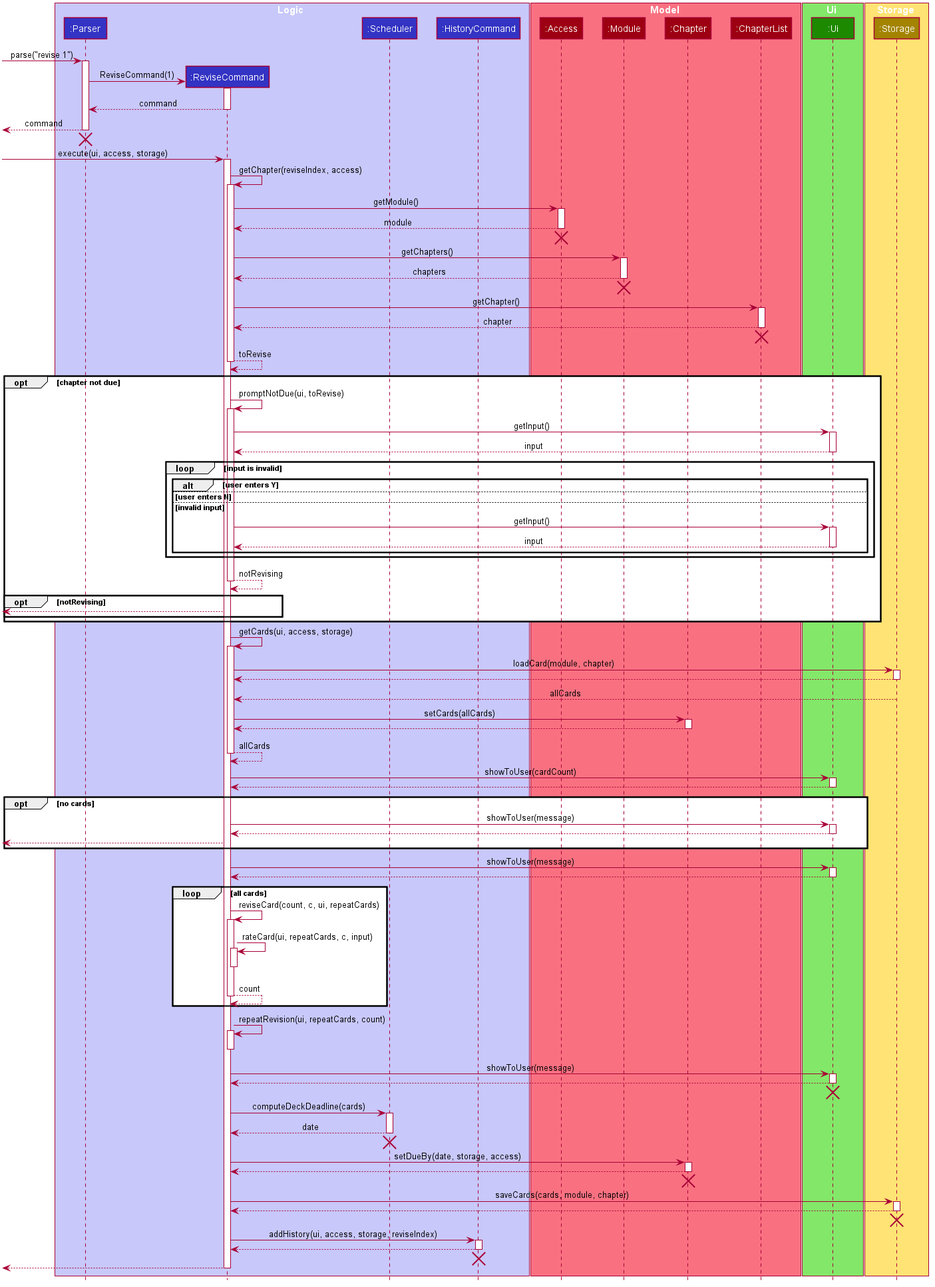
The PlantUML diagram docs/DG_Images/revise_seq_diagram.png in nus-cs2113-AY2021S1/tp, before a commit.
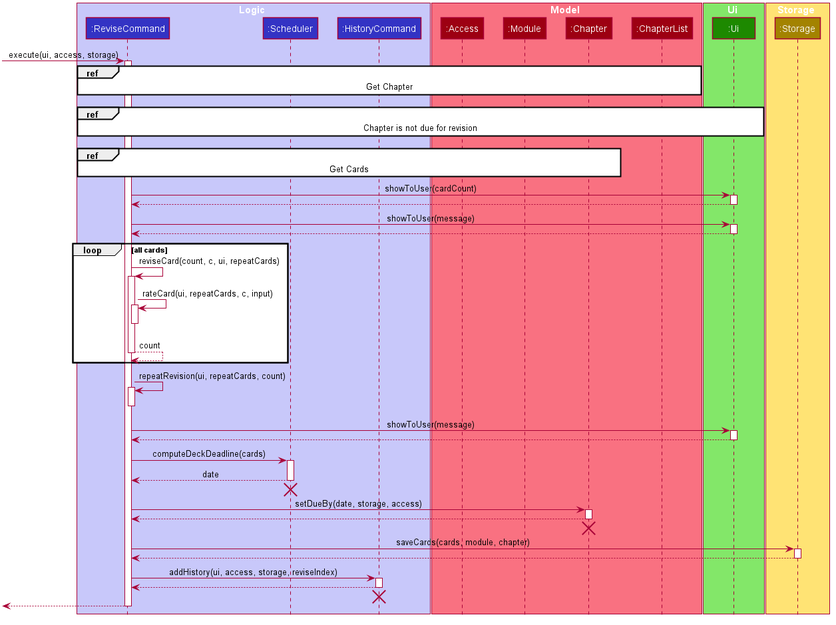
After the commit.

Commit message:
Modify diagrams for revise

Diff of the diagram source:
```diff
@@ -49,7 +49,6 @@
 hide circle
 
 box Logic #C8C8FA
-participant ":Parser" as Parser #3333C4
 participant ":ReviseCommand" as ReviseCommand #3333C4
 participant ":Scheduler" as Scheduler #3333C4
 participant ":HistoryCommand" as HistoryCommand #3333C4
@@ -70,92 +69,18 @@
 participant ":Storage" as Storage #A38300
 end box
 
-[-> Parser : parse("revise 1")
-activate Parser
-
-create ReviseCommand
-Parser -> ReviseCommand : ReviseCommand(1)
-activate ReviseCommand
-
-ReviseCommand --> Parser : command
-deactivate ReviseCommand
-
-[<-- Parser : command
-deactivate Parser
-[<-[hidden]- Parser
-destroy Parser
-
 [-> ReviseCommand : execute(ui, access, storage)
 activate ReviseCommand
-ReviseCommand -> ReviseCommand : getChapter(reviseIndex, access)
-activate ReviseCommand
-ReviseCommand -> Access : getModule()
-activate Access
-ReviseCommand <-- Access : module
-deactivate Access
-[<-[hidden]- Access
-destroy Access
-ReviseCommand -> Module : getChapters()
-activate Module
-ReviseCommand <-- Module : chapters
-deactivate Module
-[<-[hidden]- Module
-destroy Module
-ReviseCommand -> ChapterList : getChapter()
-activate ChapterList
-ReviseCommand <-- ChapterList : chapter
-deactivate ChapterList
-[<-[hidden]- ChapterList
-destroy ChapterList
-ReviseCommand <-- ReviseCommand : toRevise
-deactivate ReviseCommand
-opt chapter not due
-    ReviseCommand -> ReviseCommand : promptNotDue(ui, toRevise)
-    activate ReviseCommand
-    ReviseCommand -> Ui : getInput()
-    activate Ui
-    ReviseCommand <-- Ui : input
-    deactivate Ui
-    loop input is invalid
-        alt user enters Y
-        else user enters N
-        else invalid input
-            ReviseCommand -> Ui : getInput()
-            activate Ui
-            ReviseCommand <-- Ui : input
-            deactivate Ui
-        end
-    end
-    ReviseCommand --> ReviseCommand : notRevising
-    deactivate ReviseCommand
-    opt notRevising
-        <--  ReviseCommand
-    end
-end
-ReviseCommand -> ReviseCommand : getCards(ui, access, storage)
-activate ReviseCommand
-ReviseCommand -> Storage : loadCard(module, chapter)
-activate Storage
-ReviseCommand <-- Storage
-deactivate Storage
-ReviseCommand <-- Storage : allCards
-ReviseCommand -> Chapter : setCards(allCards)
-activate Chapter
-ReviseCommand <-- Chapter
-deactivate Chapter
-ReviseCommand --> ReviseCommand : allCards
-deactivate ReviseCommand
+ref over ReviseCommand, ChapterList : Get Chapter
+[<-[hidden]- ReviseCommand
+ref over ReviseCommand, Ui : Chapter is not due for revision
+[<-[hidden]- ReviseCommand
+
+ref over ReviseCommand, Chapter: Get Cards
 ReviseCommand -> Ui : showToUser(cardCount)
 activate Ui
 ReviseCommand <-- Ui
 deactivate Ui
-opt no cards
-    ReviseCommand -> Ui : showToUser(message)
-    activate Ui
-    ReviseCommand <-- Ui
-    deactivate Ui
-    [<-- ReviseCommand
-end
 ReviseCommand -> Ui : showToUser(message)
 activate Ui
 ReviseCommand <-- Ui
@@ -176,8 +101,6 @@
 activate Ui
 ReviseCommand <-- Ui
 deactivate Ui
-[<-[hidden]- Ui
-destroy Ui
 ReviseCommand -> Scheduler : computeDeckDeadline(cards)
 activate Scheduler
 ReviseCommand <-- Scheduler : date
@@ -194,8 +117,6 @@
 activate Storage
 ReviseCommand <-- Storage
 deactivate Storage
-[<-[hidden]- Storage
-destroy Storage
 ReviseCommand -> HistoryCommand : addHistory(ui, access, storage, reviseIndex)
 activate HistoryCommand
 ReviseCommand <-- HistoryCommand
```
